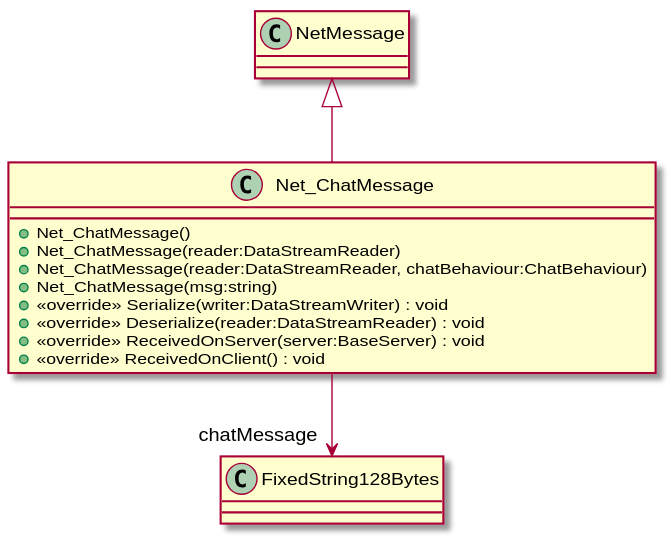
McYvar/NetworkProgramming keeps this PlantUML diagram as UML/Network/Shared/Net_ChatMessage.svg. Above is the earlier version. The source it was exported from:
```plantuml
@startuml
class Net_ChatMessage {
    + Net_ChatMessage()
    + Net_ChatMessage(reader:DataStreamReader)
    + Net_ChatMessage(reader:DataStreamReader, chatBehaviour:ChatBehaviour)
    + Net_ChatMessage(msg:string)
    + <<override>> Serialize(writer:DataStreamWriter) : void
    + <<override>> Deserialize(reader:DataStreamReader) : void
    + <<override>> ReceivedOnServer(server:BaseServer) : void
    + <<override>> ReceivedOnClient() : void
}
NetMessage <|-- Net_ChatMessage
Net_ChatMessage --> "chatMessage" FixedString128Bytes
@enduml
```
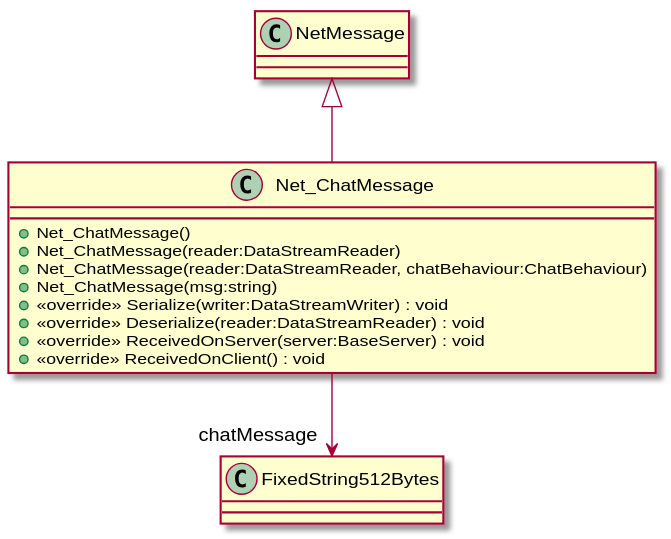
The same file after the commit.

The edit, as a diff of the source:
```diff
@@ -10,5 +10,5 @@
     + <<override>> ReceivedOnClient() : void
 }
 NetMessage <|-- Net_ChatMessage
-Net_ChatMessage --> "chatMessage" FixedString128Bytes
+Net_ChatMessage --> "chatMessage" FixedString512Bytes
 @enduml
```
